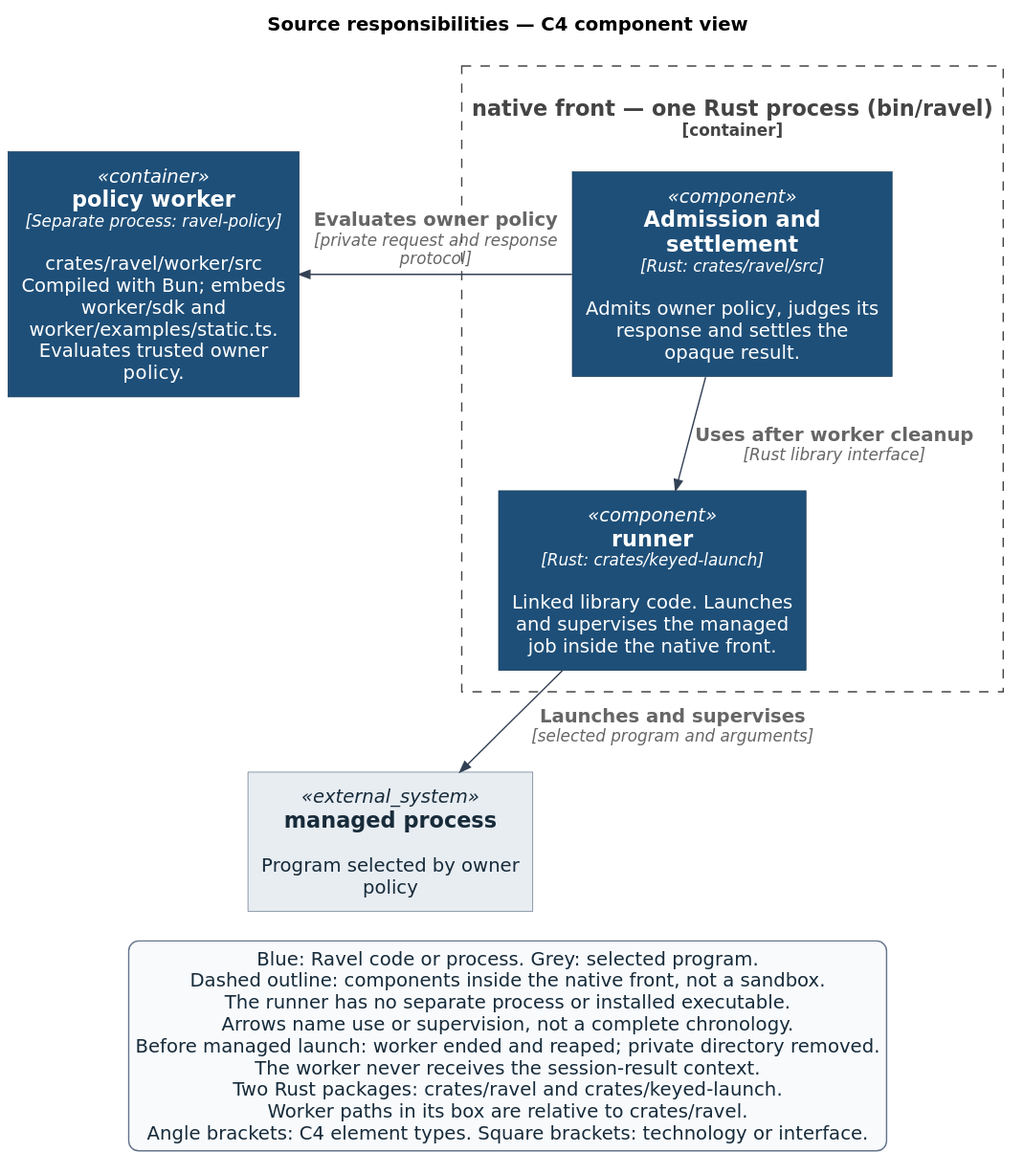
This is docs/book/src/figures/source-components.svg from Linkuistics/Ravel, a PlantUML export, as it was before one commit. Its source is kept beside it as docs/book/src/figures/source-components.puml.
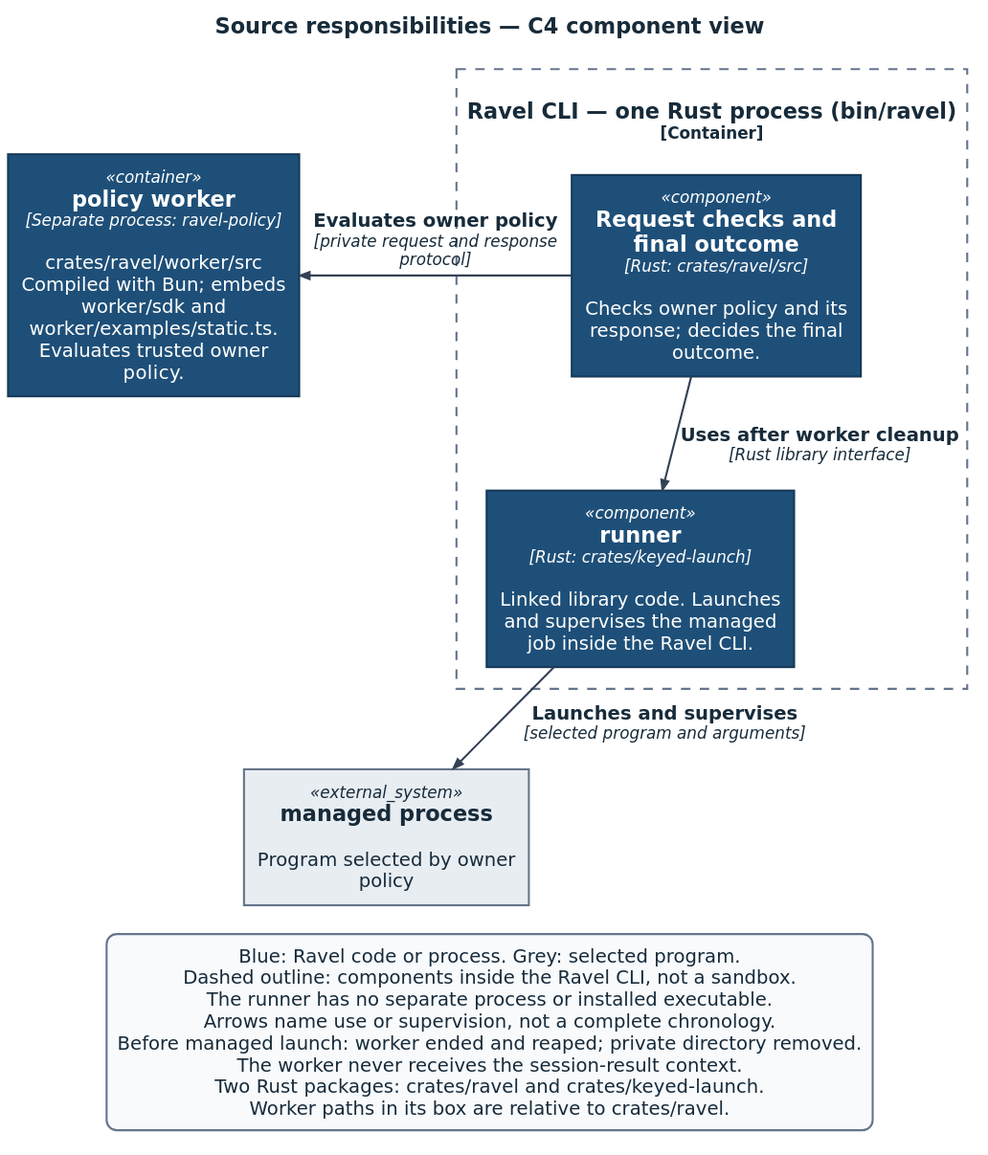
After the change.

What changed in the source:
```diff
@@ -2,12 +2,11 @@
 !pragma layout smetana
 !include <C4/C4_Component>
 !include _style.puml
-UpdateElementStyle("component", $bgColor="#1E4F78", $fontColor="#FFFFFF", $borderColor="#163A59")
 title Source responsibilities — C4 component view
 
-Container_Boundary(native, "native front — one Rust process (bin/ravel)") {
-  Component(front, "Admission and settlement", "Rust: crates/ravel/src", "Admits owner policy, judges its response and settles the opaque result.")
-  Component(runner, "runner", "Rust: crates/keyed-launch", "Linked library code. Launches and supervises the managed job inside the native front.")
+Container_Boundary(native, "Ravel CLI — one Rust process (bin/ravel)") {
+  Component(front, "Request checks and final outcome", "Rust: crates/ravel/src", "Checks owner policy and its response; decides the final outcome.")
+  Component(runner, "runner", "Rust: crates/keyed-launch", "Linked library code. Launches and supervises the managed job inside the Ravel CLI.")
 }
 Container(worker, "policy worker", "Separate process: ravel-policy", "crates/ravel/worker/src\nCompiled with Bun; embeds worker/sdk and worker/examples/static.ts. Evaluates trusted owner policy.")
 System_Ext(managed, "managed process", "Program selected by owner policy")
@@ -19,13 +18,12 @@
 
 legend bottom
   Blue: Ravel code or process. Grey: selected program.
-  Dashed outline: components inside the native front, not a sandbox.
+  Dashed outline: components inside the Ravel CLI, not a sandbox.
   The runner has no separate process or installed executable.
   Arrows name use or supervision, not a complete chronology.
   Before managed launch: worker ended and reaped; private directory removed.
   The worker never receives the session-result context.
   Two Rust packages: crates/ravel and crates/keyed-launch.
   Worker paths in its box are relative to crates/ravel.
-  Angle brackets: C4 element types. Square brackets: technology or interface.
 endlegend
 @enduml
```
